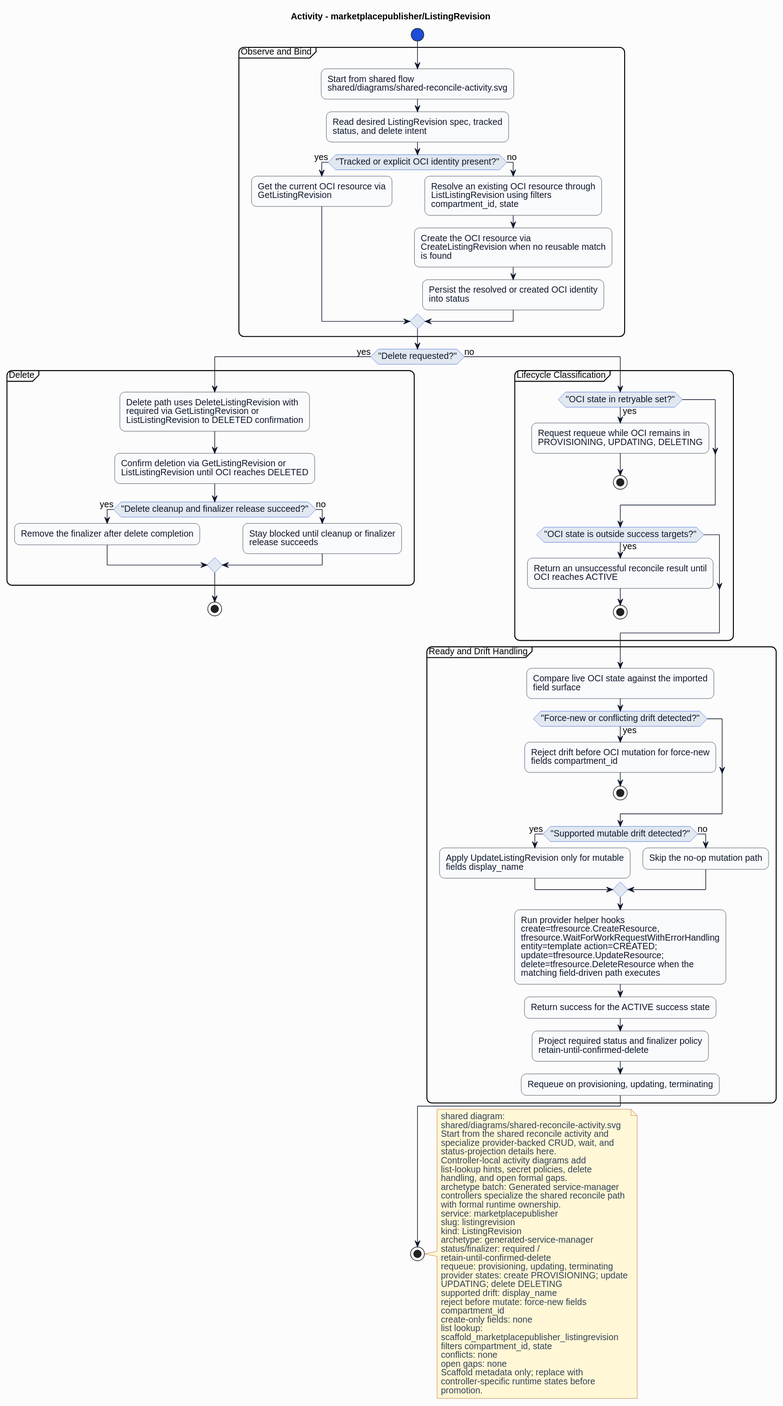
HaoyL666/oci-service-operator keeps this PlantUML diagram as formal/controllers/marketplacepublisher/listingrevision/diagrams/activity.svg. Above is the earlier version.
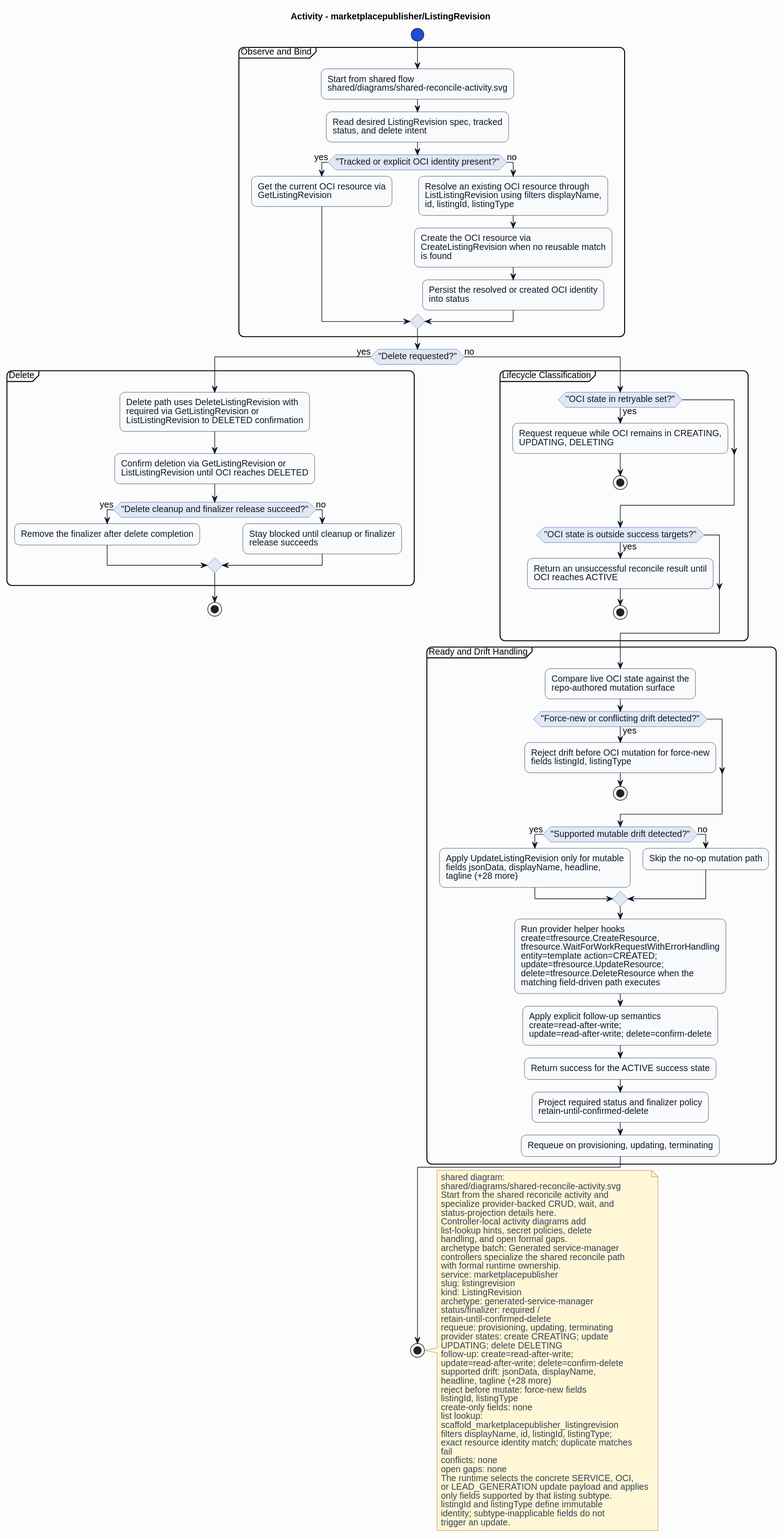
Above is the later version.

The edit, as a diff of the source:
```diff
@@ -27,7 +27,7 @@
 if ("Tracked or explicit OCI identity present?") then (yes)
 :Get the current OCI resource via\nGetListingRevision;
 else (no)
-:Resolve an existing OCI resource through\nListListingRevision using filters\ncompartment_id, state;
+:Resolve an existing OCI resource through\nListListingRevision using filters displayName,\nid, listingId, listingType;
 :Create the OCI resource via\nCreateListingRevision when no reusable match\nis found;
 :Persist the resolved or created OCI identity\ninto status;
 endif
@@ -46,7 +46,7 @@
 else (no)
 partition "Lifecycle Classification" {
 if ("OCI state in retryable set?") then (yes)
-:Request requeue while OCI remains in\nPROVISIONING, UPDATING, DELETING;
+:Request requeue while OCI remains in CREATING,\nUPDATING, DELETING;
 stop
 endif
 if ("OCI state is outside success targets?") then (yes)
@@ -55,17 +55,18 @@
 endif
 }
 partition "Ready and Drift Handling" {
-:Compare live OCI state against the imported\nfield surface;
+:Compare live OCI state against the\nrepo-authored mutation surface;
 if ("Force-new or conflicting drift detected?") then (yes)
-:Reject drift before OCI mutation for force-new\nfields compartment_id;
+:Reject drift before OCI mutation for force-new\nfields listingId, listingType;
 stop
 endif
 if ("Supported mutable drift detected?") then (yes)
-:Apply UpdateListingRevision only for mutable\nfields display_name;
+:Apply UpdateListingRevision only for mutable\nfields jsonData, displayName, headline,\ntagline (+28 more);
 else (no)
 :Skip the no-op mutation path;
 endif
 :Run provider helper hooks\ncreate=tfresource.CreateResource,\ntfresource.WaitForWorkRequestWithErrorHandling\nentity=template action=CREATED;\nupdate=tfresource.UpdateResource;\ndelete=tfresource.DeleteResource when the\nmatching field-driven path executes;
+:Apply explicit follow-up semantics\ncreate=read-after-write;\nupdate=read-after-write; delete=confirm-delete;
 :Return success for the ACTIVE success state;
 :Project required status and finalizer policy\nretain-until-confirmed-delete;
 :Requeue on provisioning, updating, terminating;
@@ -91,19 +92,27 @@
 status/finalizer: required /
 retain-until-confirmed-delete
 requeue: provisioning, updating, terminating
-provider states: create PROVISIONING; update
+provider states: create CREATING; update
 UPDATING; delete DELETING
-supported drift: display_name
+follow-up: create=read-after-write;
+update=read-after-write; delete=confirm-delete
+supported drift: jsonData, displayName,
+headline, tagline (+28 more)
 reject before mutate: force-new fields
-compartment_id
+listingId, listingType
 create-only fields: none
 list lookup:
 scaffold_marketplacepublisher_listingrevision
-filters compartment_id, state
+filters displayName, id, listingId, listingType;
+exact resource identity match; duplicate matches
+fail
 conflicts: none
 open gaps: none
-Scaffold metadata only; replace with
-controller-specific runtime states before
-promotion.
+The runtime selects the concrete SERVICE, OCI,
+or LEAD_GENERATION update payload and applies
+only fields supported by that listing subtype.
+listingId and listingType define immutable
+identity; subtype-inapplicable fields do not
+trigger an update.
 end note
 @enduml
```
